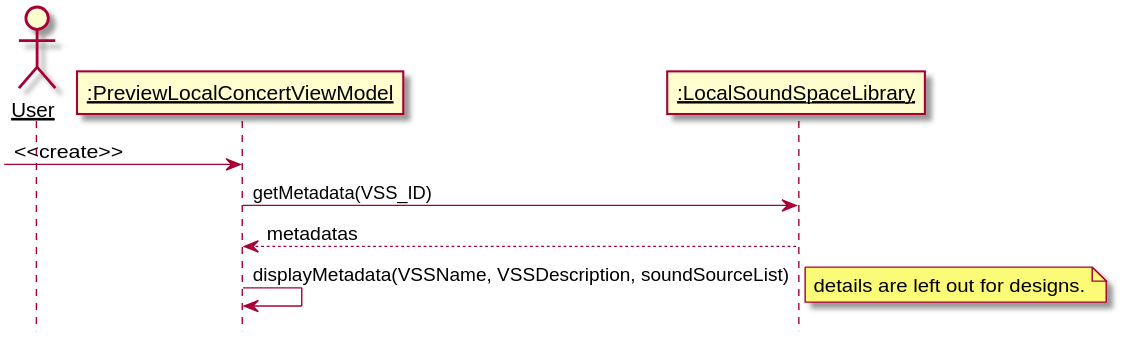
kpp19920121/doc keeps this PlantUML diagram as 设计/Diagrams/PreviewLocalConcertVSS.svg. Above is the earlier version.
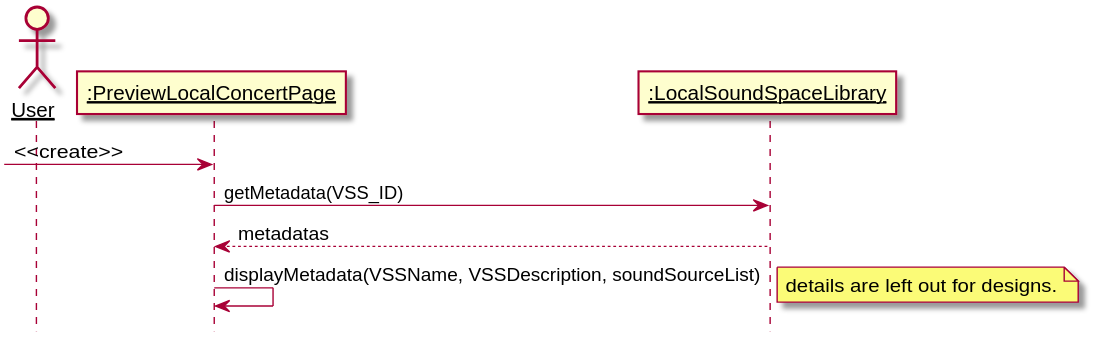
After the commit.

What changed in the source:
```diff
@@ -2,7 +2,7 @@
 hide footbox
 skinparam sequenceParticipant underline
 actor User as user
-participant ":PreviewLocalConcertViewModel" as viewModel
+participant ":PreviewLocalConcertPage" as viewModel
 participant ":LocalSoundSpaceLibrary" as library
 create viewModel
 [-> viewModel: <<create>>
```
